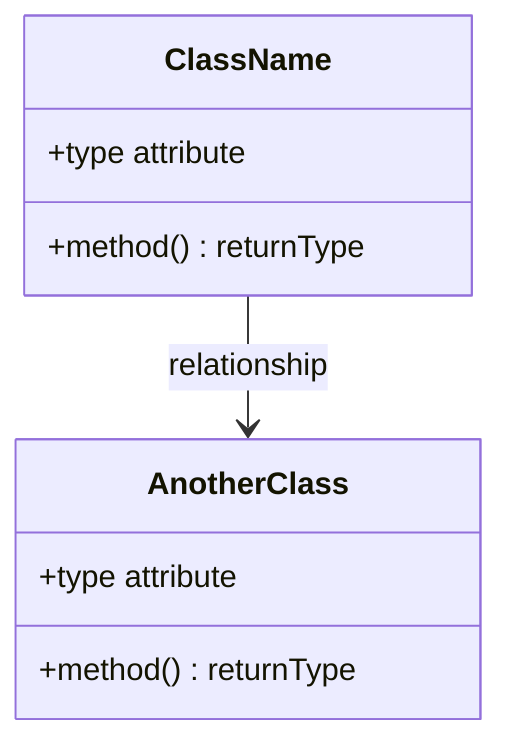
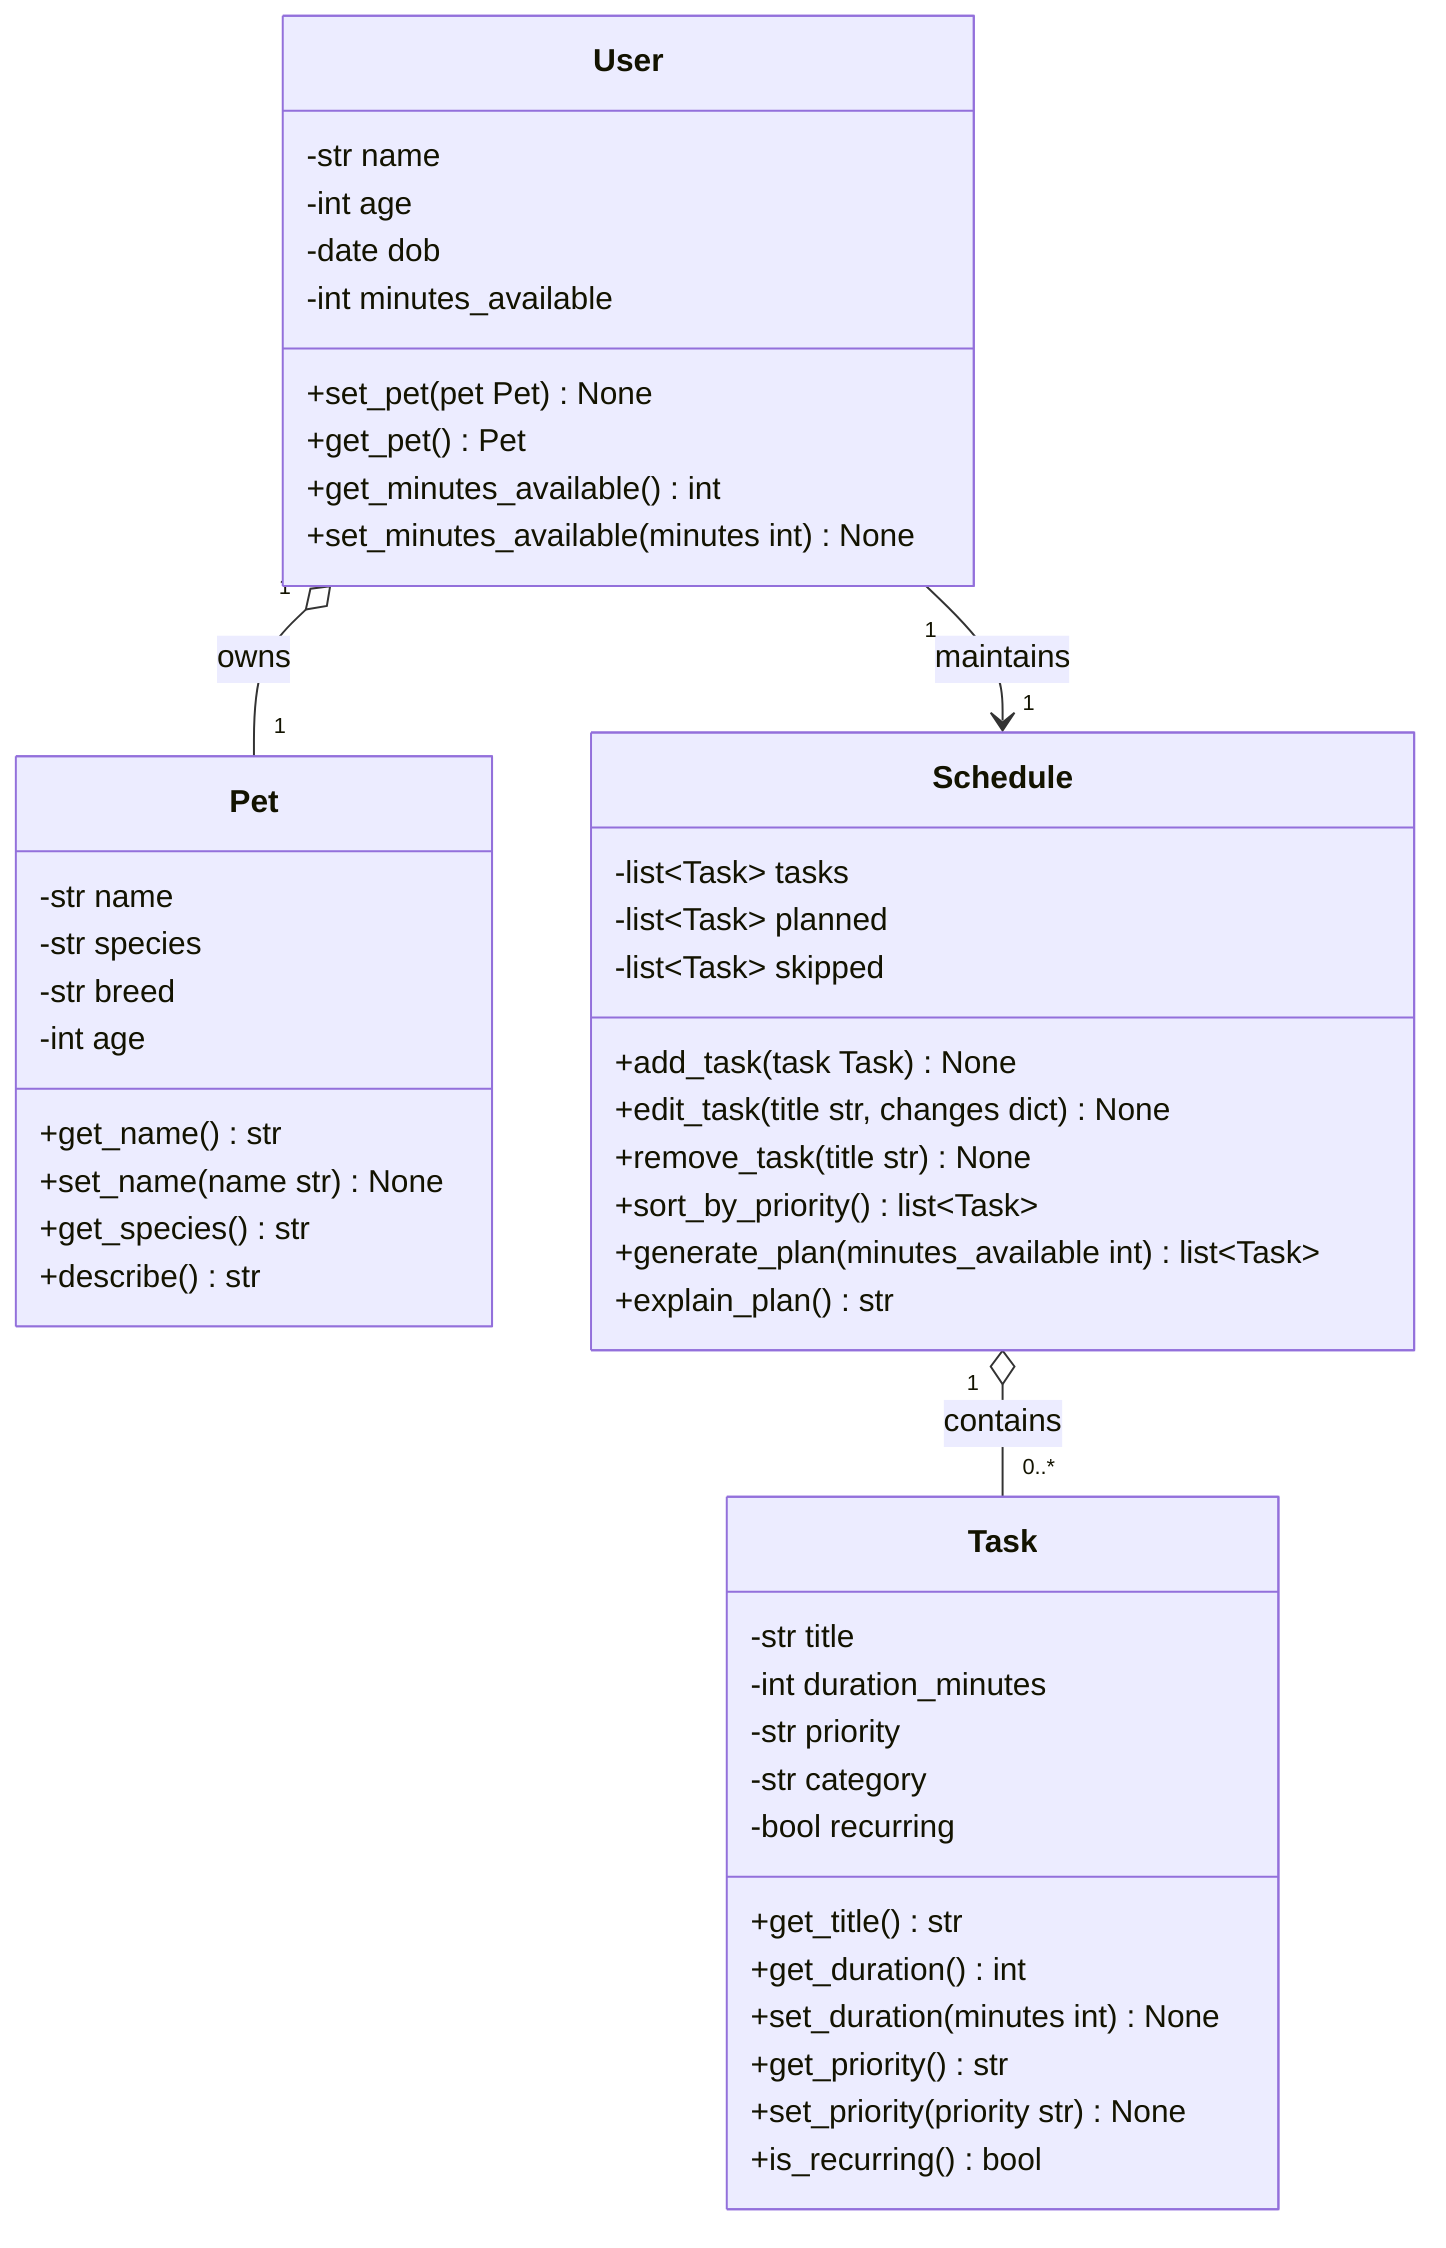
classDiagram
-     %% Replace the placeholders below with your actual classes, attributes, methods, and relationships.
-     %% Keep this file updated so it matches your final implementation.
+     %% PawPal+ class diagram (draft)
+     %% Four core classes from brainstorming: User, Pet, Task, Schedule
+     %% Priority is a plain string ("low" | "medium" | "high"), matching app.py's selectbox.

-     class ClassName {
-         +type attribute
-         +method() returnType
+     class User {
+         -str name
+         -int age
+         -date dob
+         -int minutes_available
+         +set_pet(pet Pet) None
+         +get_pet() Pet
+         +get_minutes_available() int
+         +set_minutes_available(minutes int) None
    }

-     class AnotherClass {
-         +type attribute
-         +method() returnType
+     class Pet {
+         -str name
+         -str species
+         -str breed
+         -int age
+         +get_name() str
+         +set_name(name str) None
+         +get_species() str
+         +describe() str
    }

-     ClassName --> AnotherClass : relationship
+     class Task {
+         -str title
+         -int duration_minutes
+         -str priority
+         -str category
+         -bool recurring
+         +get_title() str
+         +get_duration() int
+         +set_duration(minutes int) None
+         +get_priority() str
+         +set_priority(priority str) None
+         +is_recurring() bool
+     }
+ 
+     class Schedule {
+         -list~Task~ tasks
+         -list~Task~ planned
+         -list~Task~ skipped
+         +add_task(task Task) None
+         +edit_task(title str, changes dict) None
+         +remove_task(title str) None
+         +sort_by_priority() list~Task~
+         +generate_plan(minutes_available int) list~Task~
+         +explain_plan() str
+     }
+ 
+     %% Relationships
+     User "1" o-- "1" Pet : owns
+     User "1" --> "1" Schedule : maintains
+     Schedule "1" o-- "0..*" Task : contains
